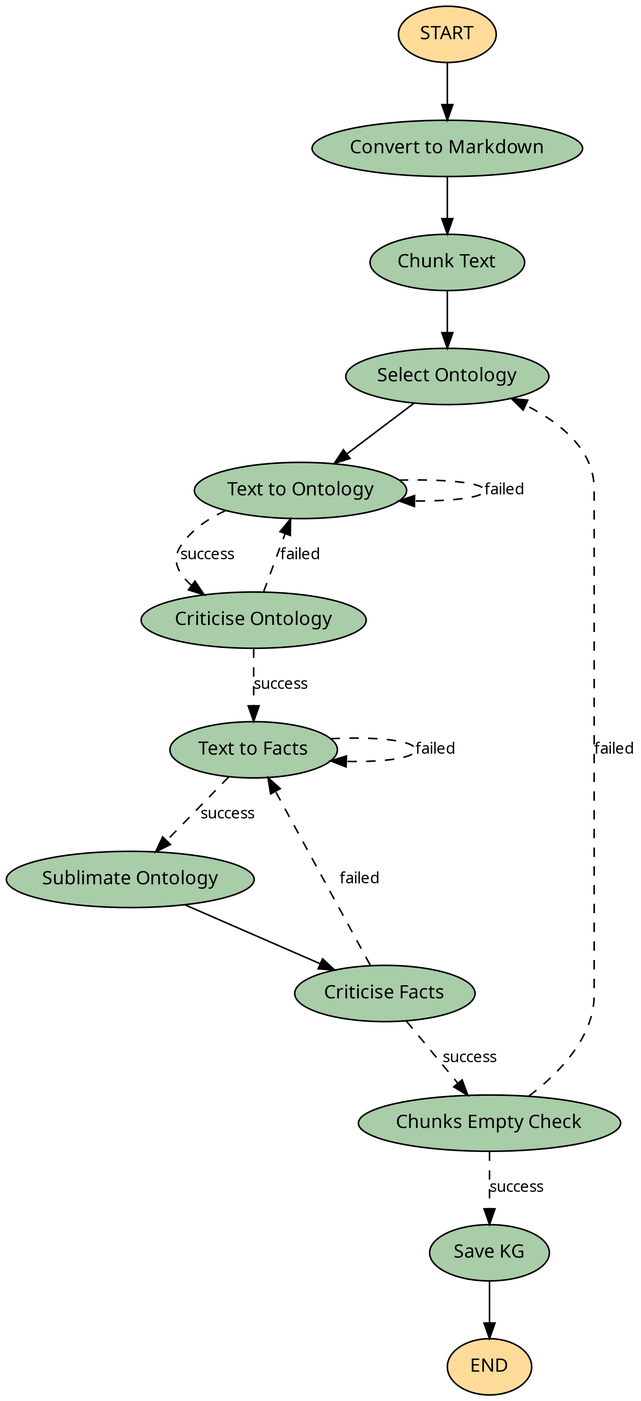
Above: docs/assets/graph.png in genericrobot77/ontocast (Mermaid), before the change. Its source is kept beside it as graph.mmd.
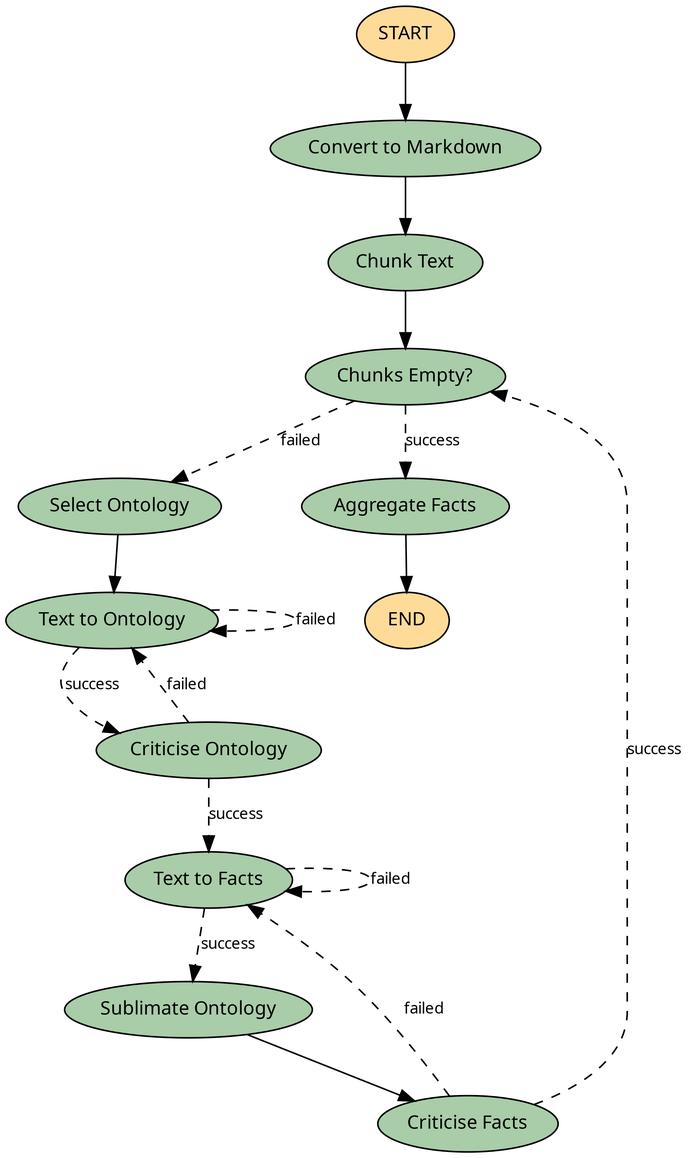
After the commit.

Change to the diagram source:
```diff
@@ -24,22 +24,22 @@
 	Sublimate_Ontology(Sublimate Ontology)
 	Criticise_Ontology(Criticise Ontology)
 	Criticise_Facts(Criticise Facts)
-	Chunks_Empty_Check(Chunks Empty Check)
-	Save_KG(Save KG)
+	Chunks_Empty_(Chunks Empty?)
+	Aggregate_Facts(Aggregate Facts)
 	__end__([<p>__end__</p>]):::last
-	Chunk_Text --> Select_Ontology;
+	Aggregate_Facts --> __end__;
+	Chunk_Text --> Chunks_Empty_;
 	Convert_to_Markdown --> Chunk_Text;
-	Save_KG --> __end__;
 	Select_Ontology --> Text_to_Ontology;
 	Sublimate_Ontology --> Criticise_Facts;
 	__start__ --> Convert_to_Markdown;
-	Chunks_Empty_Check -. &nbsp;success&nbsp; .-> Save_KG;
-	Chunks_Empty_Check -. &nbsp;failed&nbsp; .-> Select_Ontology;
+	Chunks_Empty_ -. &nbsp;success&nbsp; .-> Aggregate_Facts;
+	Chunks_Empty_ -. &nbsp;failed&nbsp; .-> Select_Ontology;
 	Text_to_Ontology -. &nbsp;success&nbsp; .-> Criticise_Ontology;
 	Criticise_Ontology -. &nbsp;success&nbsp; .-> Text_to_Facts;
 	Criticise_Ontology -. &nbsp;failed&nbsp; .-> Text_to_Ontology;
 	Text_to_Facts -. &nbsp;success&nbsp; .-> Sublimate_Ontology;
-	Criticise_Facts -. &nbsp;success&nbsp; .-> Chunks_Empty_Check;
+	Criticise_Facts -. &nbsp;success&nbsp; .-> Chunks_Empty_;
 	Criticise_Facts -. &nbsp;failed&nbsp; .-> Text_to_Facts;
 	Text_to_Ontology -. &nbsp;failed&nbsp; .-> Text_to_Ontology;
 	Text_to_Facts -. &nbsp;failed&nbsp; .-> Text_to_Facts;
```
